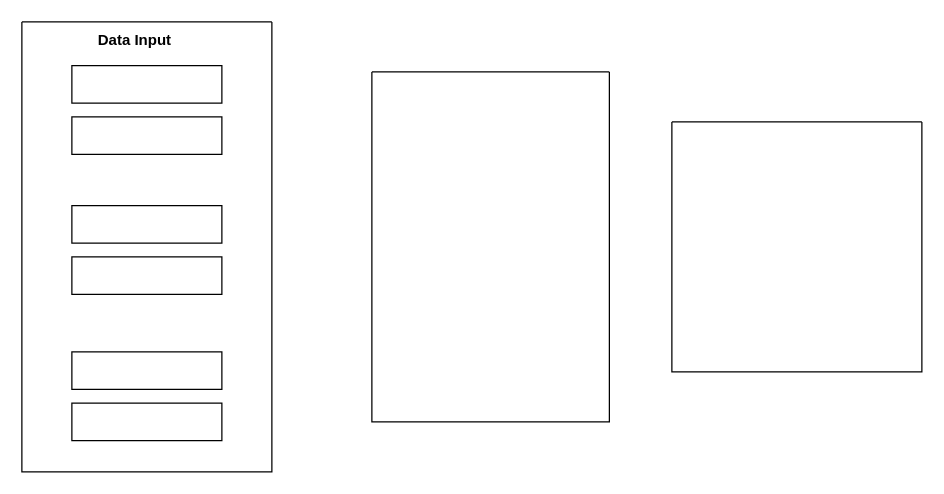
The draw.io diagram one/Untitled Diagram.drawio in theJohnCode/storage, before the edit. Source tidied: cells renumbered, new cells numbered last; positions are measured from the earlier drawing's top-left corner, leaving out a move shared by most shapes. Both pictures are drawn from the tidied source at 125%, with x=0, y=0 at pixel (21, 21).
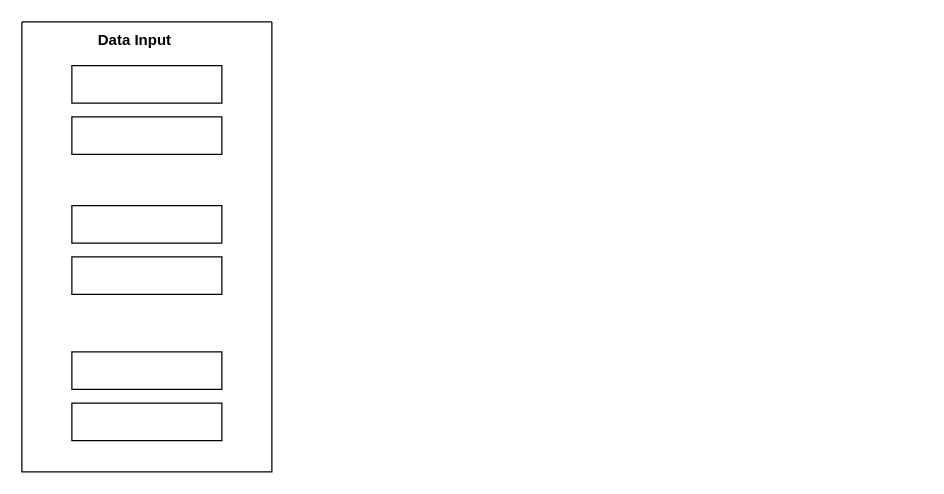
The same page after the edit.

Commit message:
deleted old ones

Diff of the diagram source:
```diff
@@
 <mxGraphModel>
   <root>
     <mxCell id="0" />
     <mxCell id="1" parent="0" />
-    <mxCell id="2" style="swimlane;startSize=0;" parent="1" vertex="1">
-      <mxGeometry x="280" y="40" width="190" height="280" as="geometry" />
-    </mxCell>
     <mxCell id="3" style="swimlane;startSize=0;" parent="1" vertex="1">
       <mxGeometry width="200" height="360" as="geometry" />
     </mxCell>
     <mxCell id="4" style="rounded=0;whiteSpace=wrap;html=1;" parent="3" vertex="1">
       <mxGeometry x="40" y="35" width="120" height="30" as="geometry" />
     </mxCell>
     <mxCell id="5" value="&lt;b&gt;Data Input&lt;/b&gt;" style="text;html=1;align=center;verticalAlign=middle;strokeColor=none;fillColor=none;" parent="3" vertex="1">
       <mxGeometry x="50" width="80" height="30" as="geometry" />
     </mxCell>
     <mxCell id="6" style="rounded=0;whiteSpace=wrap;html=1;" parent="3" vertex="1">
       <mxGeometry x="40" y="76" width="120" height="30" as="geometry" />
     </mxCell>
     <mxCell id="7" style="rounded=0;whiteSpace=wrap;html=1;" parent="3" vertex="1">
       <mxGeometry x="40" y="147" width="120" height="30" as="geometry" />
     </mxCell>
     <mxCell id="8" style="rounded=0;whiteSpace=wrap;html=1;" parent="3" vertex="1">
       <mxGeometry x="40" y="188" width="120" height="30" as="geometry" />
     </mxCell>
     <mxCell id="9" style="rounded=0;whiteSpace=wrap;html=1;" parent="3" vertex="1">
       <mxGeometry x="40" y="264" width="120" height="30" as="geometry" />
     </mxCell>
     <mxCell id="10" style="rounded=0;whiteSpace=wrap;html=1;" parent="3" vertex="1">
       <mxGeometry x="40" y="305" width="120" height="30" as="geometry" />
     </mxCell>
-    <mxCell id="11" style="swimlane;startSize=0;" parent="1" vertex="1">
-      <mxGeometry x="520" y="80" width="200" height="200" as="geometry" />
-    </mxCell>
   </root>
 </mxGraphModel>
```
